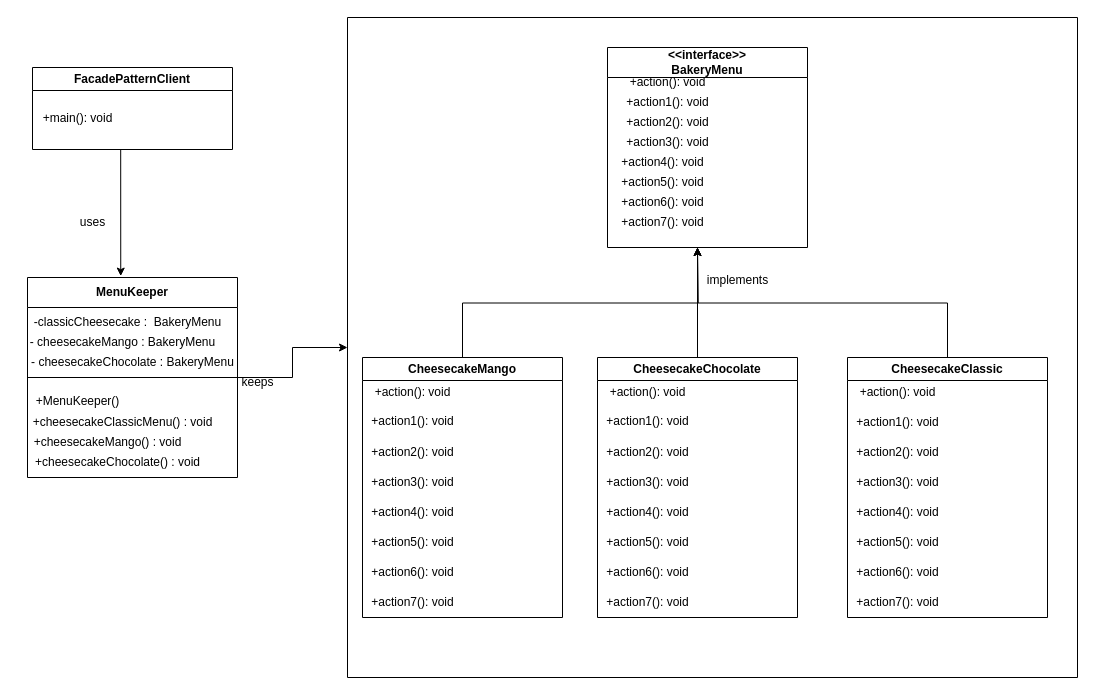
Earlier version of the draw.io diagram facade_diagram.drawio (mariareee/Design_Patterns_PROJECT). Source tidied: cells renumbered, new cells numbered last; positions are measured from the earlier drawing's top-left corner, leaving out a move shared by most shapes. Both pictures are drawn from the tidied source at 100%, with x=0, y=0 at pixel (17, 17).
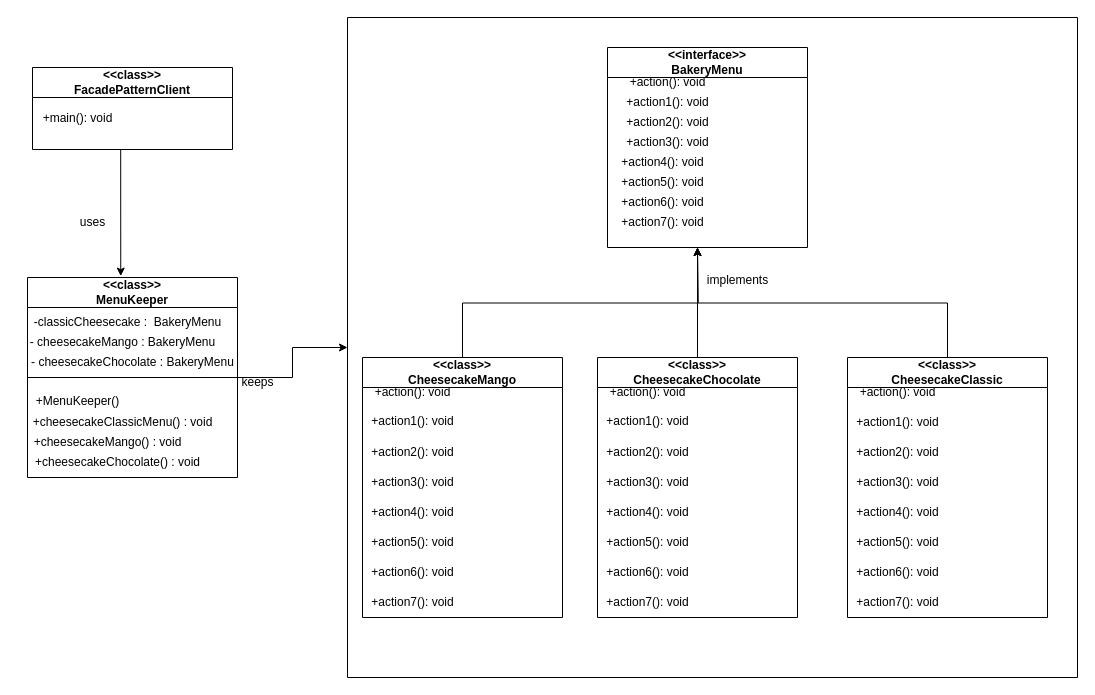
After the change.

Change to the diagram source:
```diff
@@
-    <mxCell id="3" value="FacadePatternClient" style="swimlane;whiteSpace=wrap;html=1;" parent="1" vertex="1">
+    <mxCell id="3" value="&amp;lt;&amp;lt;class&amp;gt;&amp;gt;&lt;br&gt;FacadePatternClient" style="swimlane;whiteSpace=wrap;html=1;startSize=30;" parent="1" vertex="1">
       <mxGeometry x="15" y="50" width="200" height="82" as="geometry" />
     </mxCell>
@@
-    <mxCell id="6" value="MenuKeeper" style="swimlane;whiteSpace=wrap;html=1;startSize=30;" parent="1" vertex="1">
+    <mxCell id="6" value="&amp;lt;&amp;lt;class&amp;gt;&amp;gt;&lt;br&gt;MenuKeeper" style="swimlane;whiteSpace=wrap;html=1;startSize=30;" parent="1" vertex="1">
       <mxGeometry x="10" y="260" width="210" height="200" as="geometry" />
     </mxCell>
@@
-    <mxCell id="16" value="CheesecakeClassic" style="swimlane;whiteSpace=wrap;html=1;" parent="1" vertex="1">
+    <mxCell id="16" value="&amp;lt;&amp;lt;class&amp;gt;&amp;gt;&lt;br&gt;CheesecakeClassic" style="swimlane;whiteSpace=wrap;html=1;startSize=30;" parent="1" vertex="1">
       <mxGeometry x="830" y="340" width="200" height="260" as="geometry" />
     </mxCell>
@@
-    <mxCell id="18" value="CheesecakeChocolate" style="swimlane;whiteSpace=wrap;html=1;startSize=23;" parent="1" vertex="1">
+    <mxCell id="18" value="&amp;lt;&amp;lt;class&amp;gt;&amp;gt;&lt;br&gt;CheesecakeChocolate" style="swimlane;whiteSpace=wrap;html=1;startSize=30;" parent="1" vertex="1">
       <mxGeometry x="580" y="340" width="200" height="260" as="geometry" />
     </mxCell>
@@
-    <mxCell id="20" value="CheesecakeMango" style="swimlane;whiteSpace=wrap;html=1;" parent="1" vertex="1">
+    <mxCell id="20" value="&amp;lt;&amp;lt;class&amp;gt;&amp;gt;&lt;br&gt;CheesecakeMango" style="swimlane;whiteSpace=wrap;html=1;startSize=30;" parent="1" vertex="1">
       <mxGeometry x="345" y="340" width="200" height="260" as="geometry" />
     </mxCell>
```
